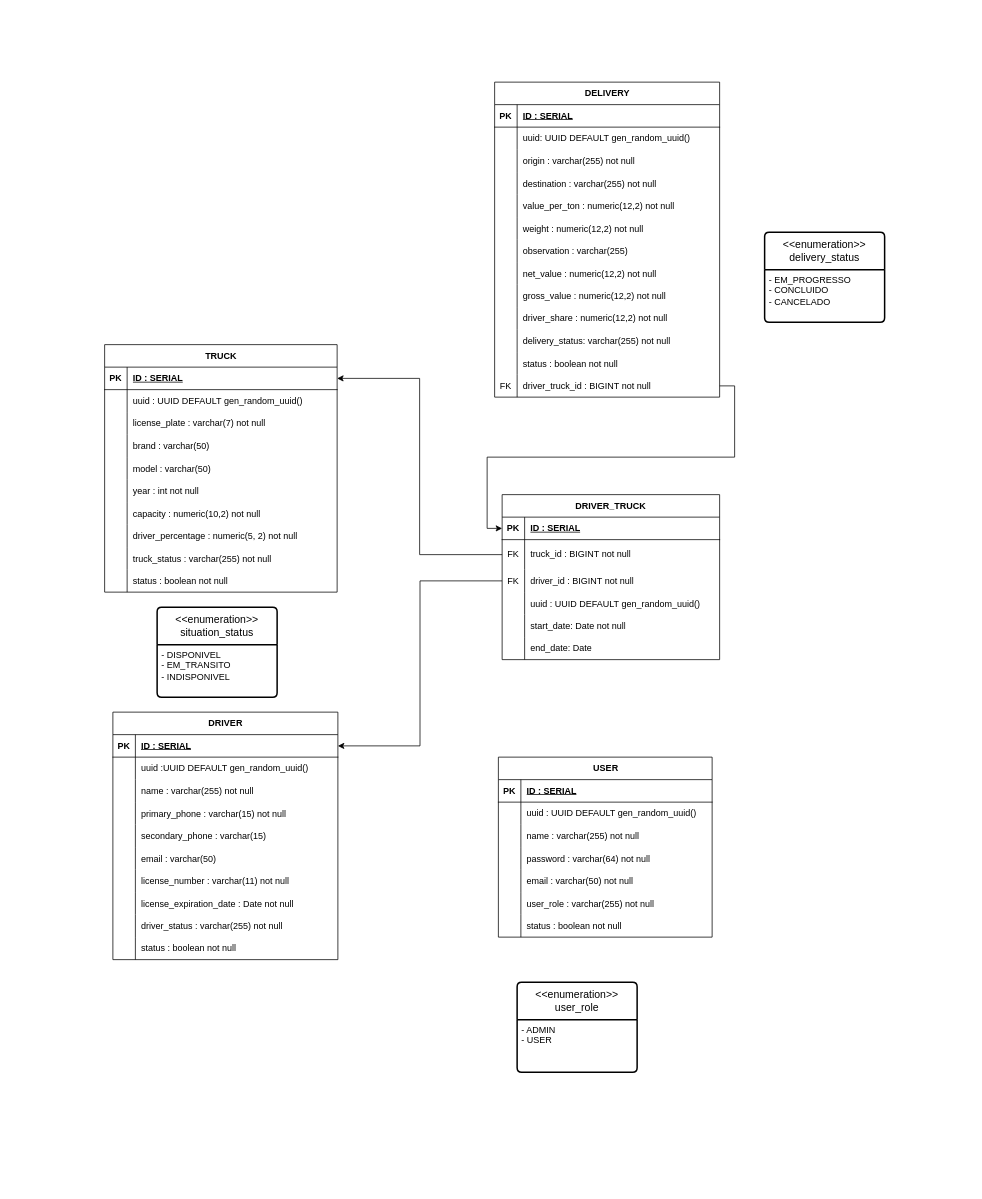
This is boss-api-v2.drawio from FernandoSoso/boss-api, a draw.io file, before an edit. Source tidied: cells renumbered, new cells numbered last; positions are measured from the earlier drawing's top-left corner, leaving out a move shared by most shapes. Both pictures are drawn from the tidied source at 75%, with x=0, y=0 at pixel (104, 82).
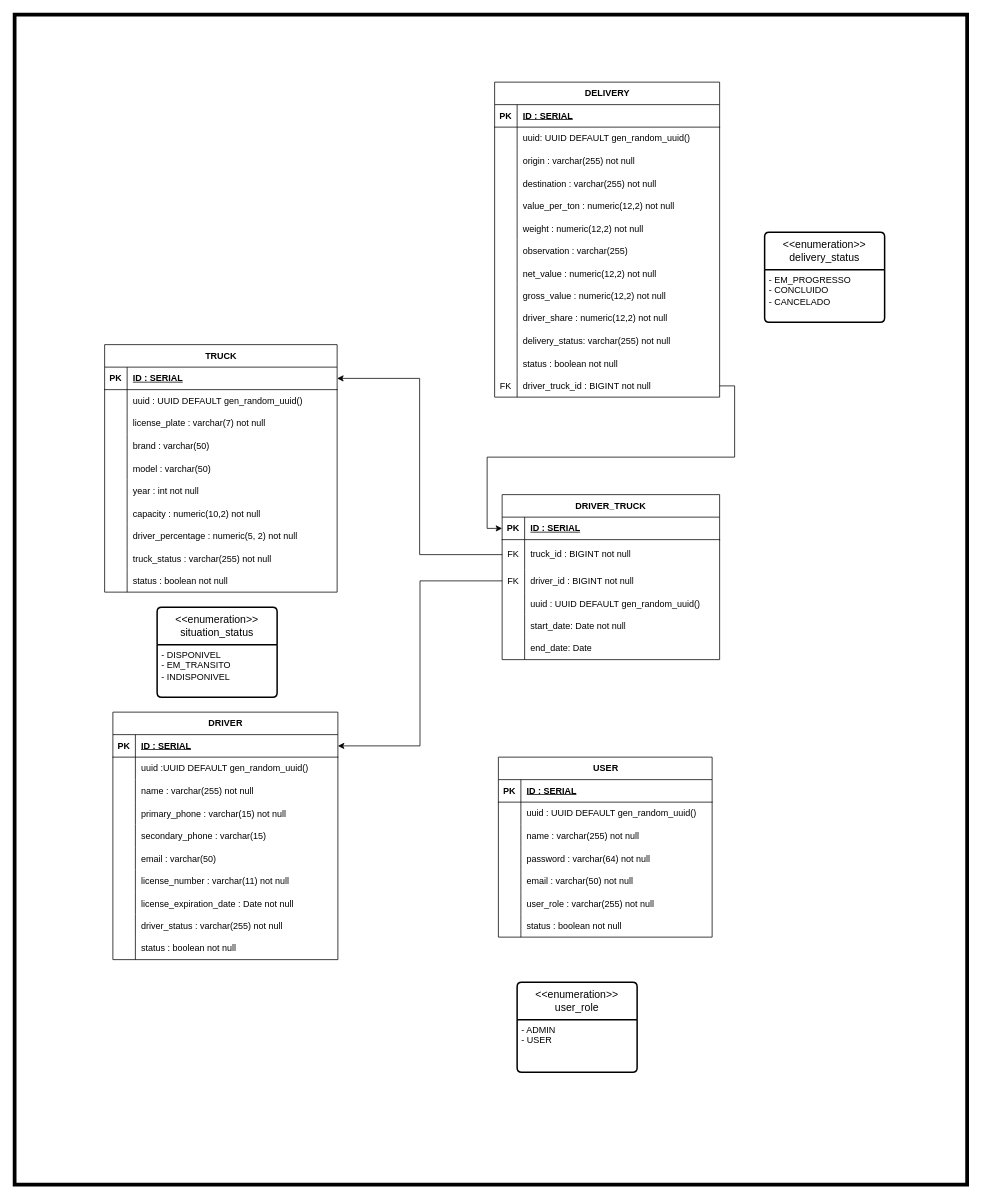
The same page after the edit.

What changed in the source:
```diff
@@
+    <mxCell id="154" style="rounded=0;whiteSpace=wrap;html=1;fillColor=none;strokeWidth=5;" parent="1" vertex="1">
+      <mxGeometry x="-120" y="-90" width="1270" height="1560" as="geometry" />
+    </mxCell>
```
